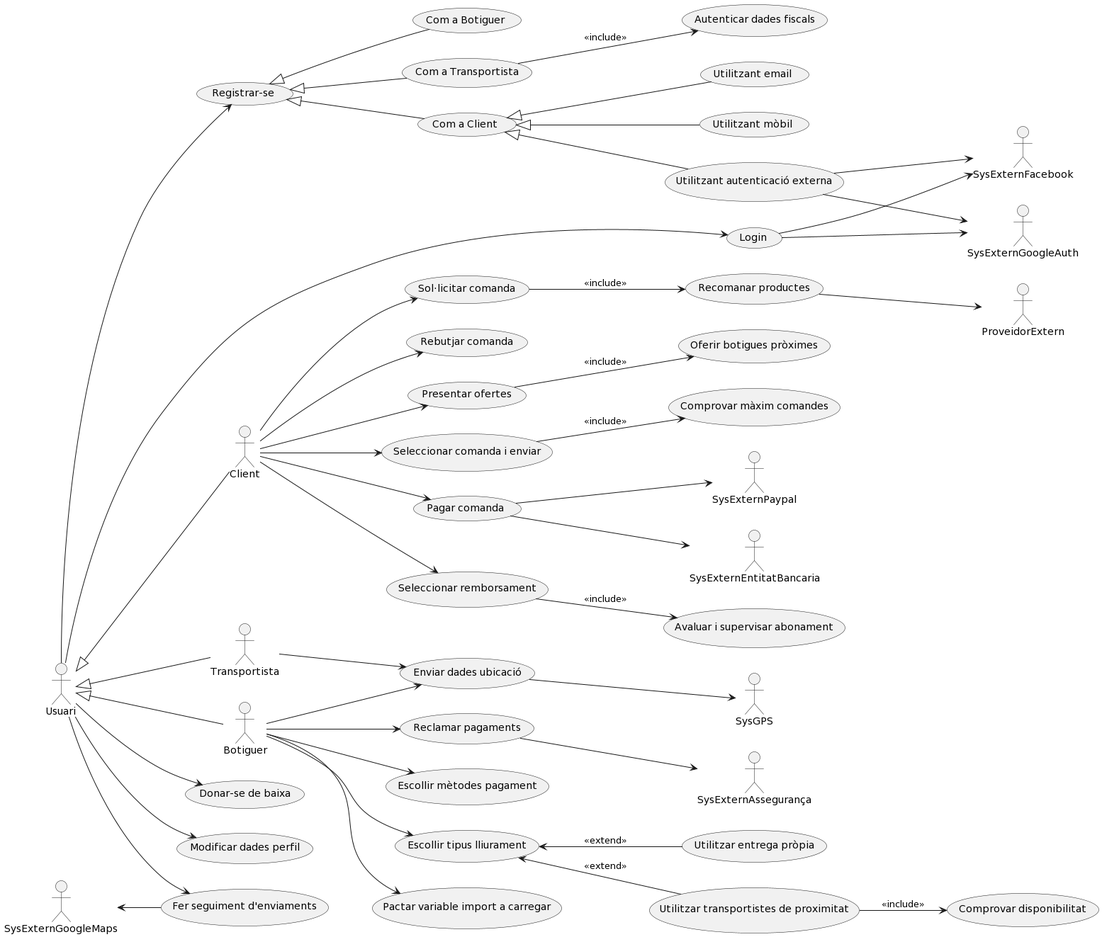
Earlier version of the PlantUML export diagrams/sprint1_diag_casos_dus.png (yeray142/es2022uab). The source it was exported from:
```plantuml
@startuml
left to right direction


actor Usuari
actor Client
actor Botiguer
actor Transportista
actor SysExternGoogleMaps


Usuari <|-- Client
Usuari <|-- Transportista
Usuari <|-- Botiguer


Usuari --> (Fer seguiment d'enviaments)
Usuari --> (Donar-se de baixa)
Usuari --> (Modificar dades perfil)
Usuari --> (Login)
Usuari --> (Registrar-se)
(Registrar-se) <|-- (Com a Client)
(Com a Client) <|-- (Utilitzant email)
(Com a Client) <|-- (Utilitzant mòbil)
(Com a Client) <|-- (Utilitzant autenticació externa)
(Utilitzant autenticació externa) --> SysExternFacebook
(Utilitzant autenticació externa) --> SysExternGoogleAuth
(Registrar-se) <|-- (Com a Botiguer)
(Registrar-se) <|-- (Com a Transportista)
(Com a Transportista) --> (Autenticar dades fiscals) : <<include>>
(Login) --> SysExternFacebook
(Login) --> SysExternGoogleAuth
SysExternGoogleMaps <-- (Fer seguiment d'enviaments)


Client --> (Sol·licitar comanda)
Client --> (Presentar ofertes)
(Presentar ofertes) --> (Oferir botigues pròximes) : <<include>>
Client --> (Seleccionar comanda i enviar)
(Seleccionar comanda i enviar) --> (Comprovar màxim comandes) : <<include>>
Client --> (Pagar comanda)
(Pagar comanda) --> SysExternPaypal
(Pagar comanda) --> SysExternEntitatBancaria
Client --> (Seleccionar remborsament)
(Seleccionar remborsament) --> (Avaluar i supervisar abonament) : <<include>>
Client --> (Rebutjar comanda)
(Sol·licitar comanda) --> (Recomanar productes) : <<include>>
(Recomanar productes) --> ProveidorExtern


Botiguer --> (Escollir mètodes pagament)
Botiguer --> (Pactar variable import a carregar)
Botiguer --> (Reclamar pagaments)
(Reclamar pagaments) --> SysExternAssegurança
Botiguer --> (Escollir tipus lliurament)
(Escollir tipus lliurament) <-- (Utilitzar entrega pròpia) : <<extend>>
(Escollir tipus lliurament) <-- (Utilitzar transportistes de proximitat) : <<extend>>
(Utilitzar transportistes de proximitat) --> (Comprovar disponibilitat) : <<include>>

Botiguer --> (Enviar dades ubicació)
Transportista --> (Enviar dades ubicació)
(Enviar dades ubicació) --> SysGPS
@enduml
```
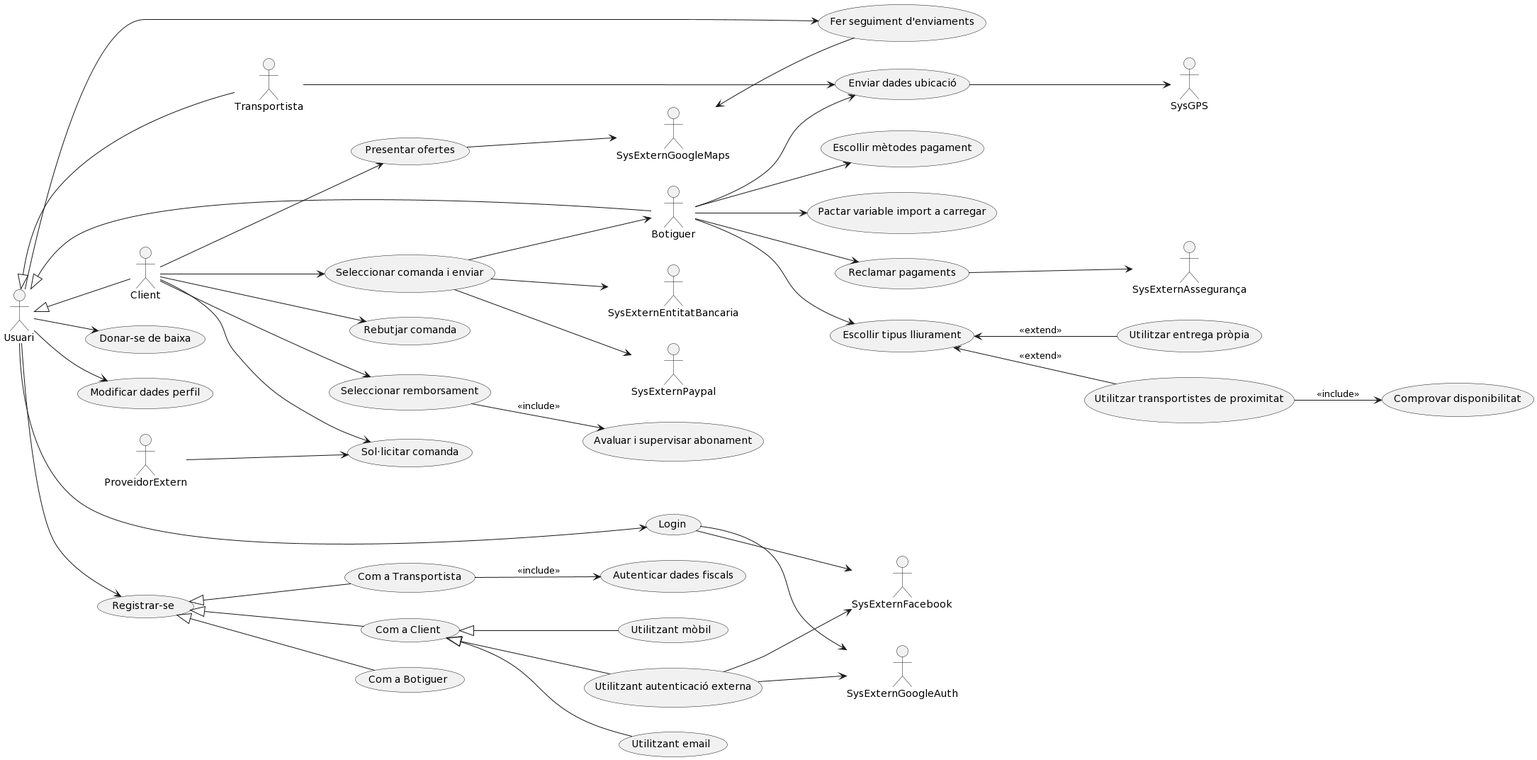
The same file after the commit.

Commit message:
Updating diagrama de casos d'ús

The edit, as a diff of the source:
```diff
@@ -35,17 +35,15 @@
 
 Client --> (Sol·licitar comanda)
 Client --> (Presentar ofertes)
-(Presentar ofertes) --> (Oferir botigues pròximes) : <<include>>
 Client --> (Seleccionar comanda i enviar)
-(Seleccionar comanda i enviar) --> (Comprovar màxim comandes) : <<include>>
-Client --> (Pagar comanda)
-(Pagar comanda) --> SysExternPaypal
-(Pagar comanda) --> SysExternEntitatBancaria
+(Seleccionar comanda i enviar) --> SysExternPaypal
+(Seleccionar comanda i enviar) --> SysExternEntitatBancaria
+(Seleccionar comanda i enviar) --> Botiguer
 Client --> (Seleccionar remborsament)
 (Seleccionar remborsament) --> (Avaluar i supervisar abonament) : <<include>>
 Client --> (Rebutjar comanda)
-(Sol·licitar comanda) --> (Recomanar productes) : <<include>>
-(Recomanar productes) --> ProveidorExtern
+(Presentar ofertes) --> SysExternGoogleMaps
+ProveidorExtern --> (Sol·licitar comanda)
 
 
 Botiguer --> (Escollir mètodes pagament)
```
